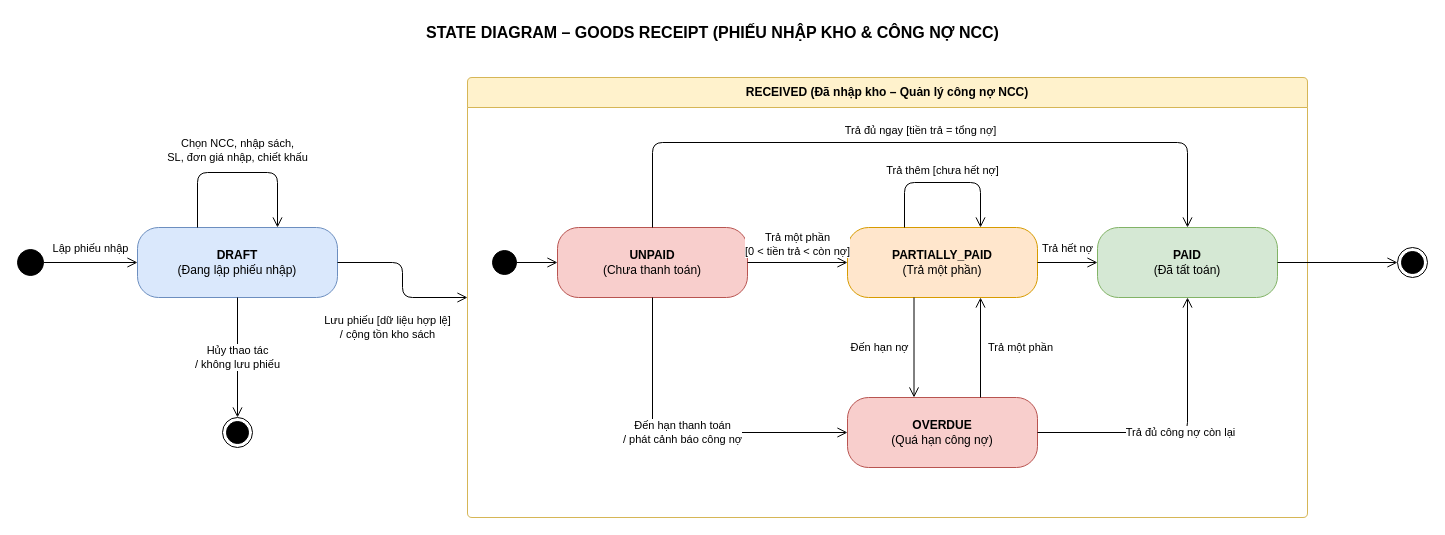
Above: docs/diagrams/State diagram/state-goods-receipt.drawio in chihai9-dev/quan-ly-nha-sach-ooad (draw.io), before the change. Source tidied: cells renumbered, new cells numbered last; positions are measured from the earlier drawing's top-left corner, leaving out a move shared by most shapes. Both pictures are drawn from the tidied source at 100%, with x=0, y=0 at pixel (17, 17).
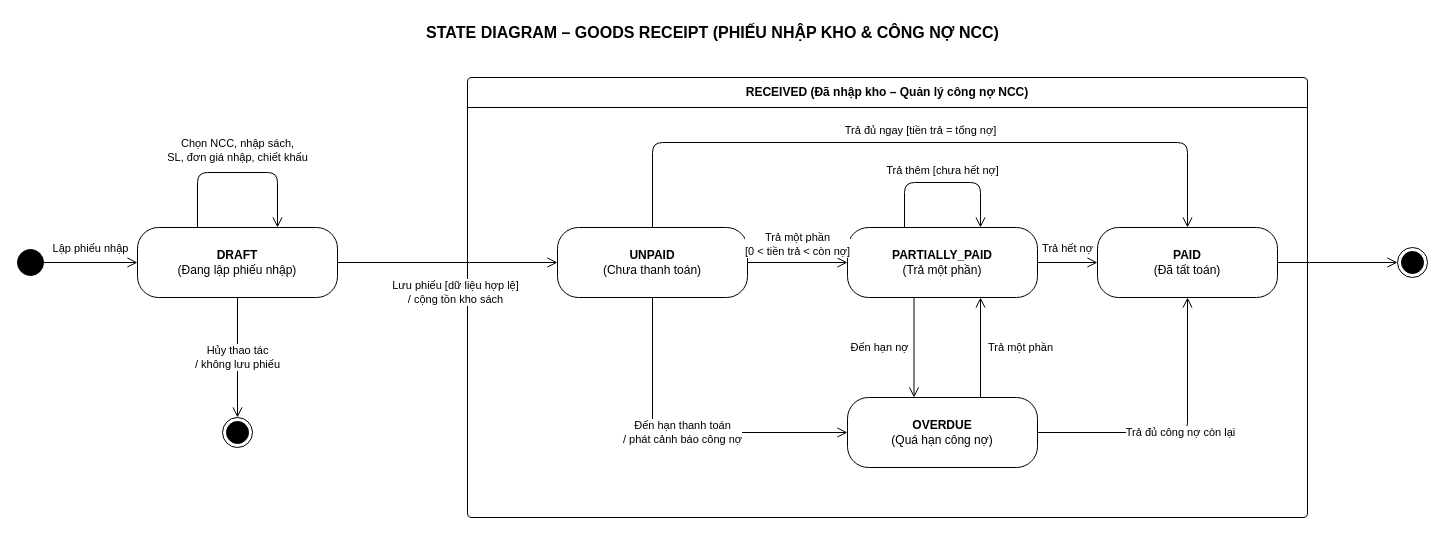
The same page after the edit.

What changed in the source:
```diff
@@
-    <mxCell id="4" value="&lt;b&gt;DRAFT&lt;/b&gt;&lt;br&gt;(Đang lập phiếu nhập)" style="rounded=1;whiteSpace=wrap;html=1;arcSize=30;fillColor=#dae8fc;strokeColor=#6c8ebf;" parent="1" vertex="1">
+    <mxCell id="4" value="&lt;b&gt;DRAFT&lt;/b&gt;&lt;br&gt;(Đang lập phiếu nhập)" style="rounded=1;whiteSpace=wrap;html=1;arcSize=30;fillColor=#ffffff;strokeColor=#000000;" parent="1" vertex="1">
       <mxGeometry x="120" y="210" width="200" height="70" as="geometry" />
     </mxCell>
@@
-    <mxCell id="6" value="RECEIVED (Đã nhập kho – Quản lý công nợ NCC)" style="swimlane;rounded=1;whiteSpace=wrap;html=1;startSize=30;arcSize=5;fillColor=#fff2cc;strokeColor=#d6b656;fontStyle=1;" parent="1" vertex="1">
+    <mxCell id="6" value="RECEIVED (Đã nhập kho – Quản lý công nợ NCC)" style="swimlane;rounded=1;whiteSpace=wrap;html=1;startSize=30;arcSize=5;fillColor=#ffffff;strokeColor=#000000;fontStyle=1;" parent="1" vertex="1">
       <mxGeometry x="450" y="60" width="840" height="440" as="geometry" />
     </mxCell>
-    <mxCell id="7" style="ellipse;html=1;fillColor=#000000;strokeColor=#000000;" parent="6" vertex="1">
-      <mxGeometry x="25" y="173" width="24" height="24" as="geometry" />
-    </mxCell>
-    <mxCell id="8" value="&lt;b&gt;UNPAID&lt;/b&gt;&lt;br&gt;(Chưa thanh toán)" style="rounded=1;whiteSpace=wrap;html=1;arcSize=30;fillColor=#f8cecc;strokeColor=#b85450;" parent="6" vertex="1">
+    <mxCell id="8" value="&lt;b&gt;UNPAID&lt;/b&gt;&lt;br&gt;(Chưa thanh toán)" style="rounded=1;whiteSpace=wrap;html=1;arcSize=30;fillColor=#ffffff;strokeColor=#000000;" parent="6" vertex="1">
       <mxGeometry x="90" y="150" width="190" height="70" as="geometry" />
     </mxCell>
-    <mxCell id="9" value="&lt;b&gt;PARTIALLY_PAID&lt;/b&gt;&lt;br&gt;(Trả một phần)" style="rounded=1;whiteSpace=wrap;html=1;arcSize=30;fillColor=#ffe6cc;strokeColor=#d79b00;" parent="6" vertex="1">
+    <mxCell id="9" value="&lt;b&gt;PARTIALLY_PAID&lt;/b&gt;&lt;br&gt;(Trả một phần)" style="rounded=1;whiteSpace=wrap;html=1;arcSize=30;fillColor=#ffffff;strokeColor=#000000;" parent="6" vertex="1">
       <mxGeometry x="380" y="150" width="190" height="70" as="geometry" />
     </mxCell>
-    <mxCell id="10" value="&lt;b&gt;OVERDUE&lt;/b&gt;&lt;br&gt;(Quá hạn công nợ)" style="rounded=1;whiteSpace=wrap;html=1;arcSize=30;fillColor=#f8cecc;strokeColor=#b85450;" parent="6" vertex="1">
+    <mxCell id="10" value="&lt;b&gt;OVERDUE&lt;/b&gt;&lt;br&gt;(Quá hạn công nợ)" style="rounded=1;whiteSpace=wrap;html=1;arcSize=30;fillColor=#ffffff;strokeColor=#000000;" parent="6" vertex="1">
       <mxGeometry x="380" y="320" width="190" height="70" as="geometry" />
     </mxCell>
-    <mxCell id="11" value="&lt;b&gt;PAID&lt;/b&gt;&lt;br&gt;(Đã tất toán)" style="rounded=1;whiteSpace=wrap;html=1;arcSize=30;fillColor=#d5e8d4;strokeColor=#82b366;" parent="6" vertex="1">
+    <mxCell id="11" value="&lt;b&gt;PAID&lt;/b&gt;&lt;br&gt;(Đã tất toán)" style="rounded=1;whiteSpace=wrap;html=1;arcSize=30;fillColor=#ffffff;strokeColor=#000000;" parent="6" vertex="1">
       <mxGeometry x="630" y="150" width="180" height="70" as="geometry" />
     </mxCell>
-    <mxCell id="12" style="edgeStyle=orthogonalEdgeStyle;rounded=1;html=1;endArrow=open;endSize=8;" parent="6" edge="1" source="7" target="8">
-      <mxGeometry relative="1" as="geometry" />
-    </mxCell>
@@
-    <mxCell id="25" value="Lưu phiếu [dữ liệu hợp lệ]&lt;br&gt;/ cộng tồn kho sách" style="edgeStyle=orthogonalEdgeStyle;rounded=1;html=1;endArrow=open;endSize=8;fontSize=11;labelBackgroundColor=#ffffff;" parent="1" edge="1" source="4" target="6">
+    <mxCell id="25" value="Lưu phiếu [dữ liệu hợp lệ]&lt;br&gt;/ cộng tồn kho sách" style="edgeStyle=orthogonalEdgeStyle;rounded=1;html=1;endArrow=open;endSize=8;fontSize=11;labelBackgroundColor=#ffffff;" parent="1" edge="1" source="4" target="8">
       <mxGeometry x="0.21" y="-34" relative="1" as="geometry">
         <mxPoint x="-15" y="-4" as="offset" />
       </mxGeometry>
     </mxCell>
```
